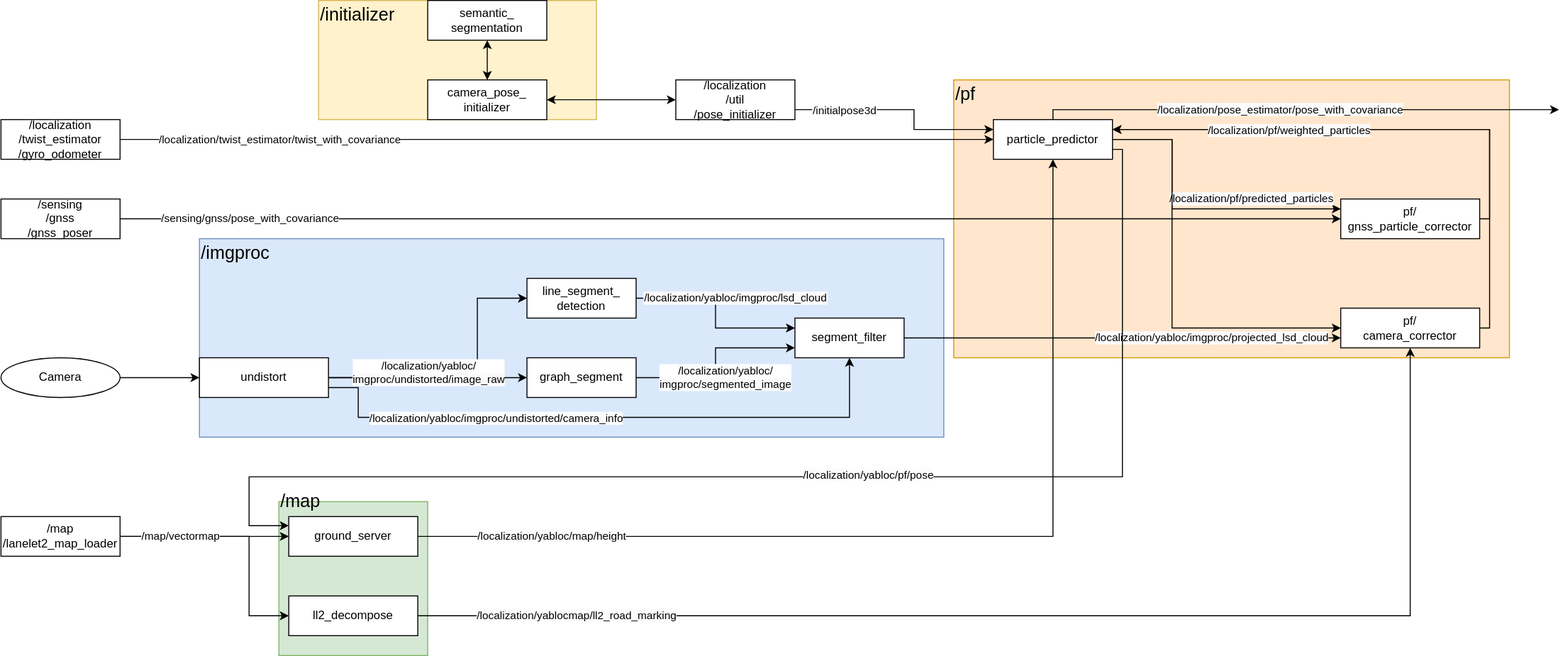
This is docs/how-to-guides/integrating-autoware/launch-autoware/localization-mode/images/yabloc-integration-guide/yabloc_architecture.drawio.svg from autowarefoundation/autoware-documentation, a draw.io export, as it was before one commit. Source tidied: cells renumbered, new cells last; positions are measured from the earlier drawing's top-left corner, leaving out a move shared by most shapes.
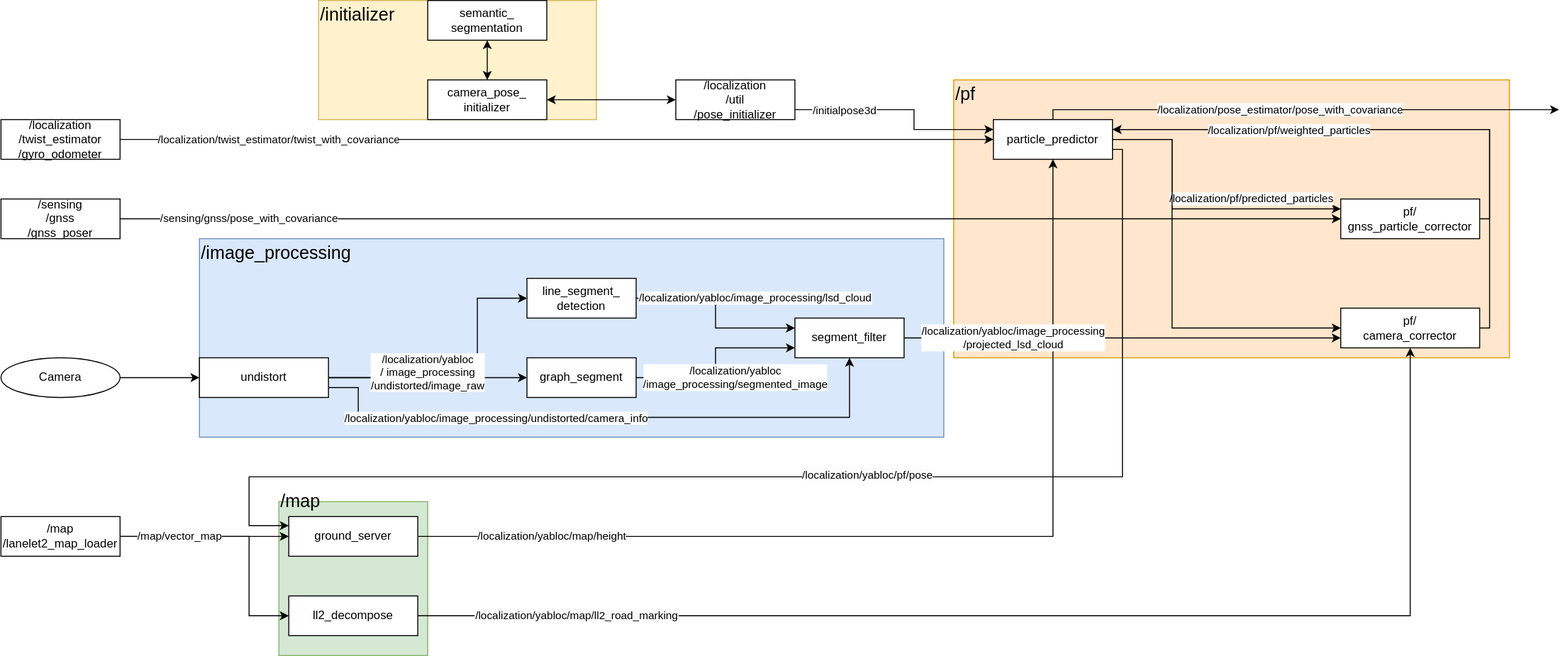
After the change.

Change to the diagram source:
```diff
@@ -31,7 +31,7 @@
         </Array>
       </mxGeometry>
     </mxCell>
-    <mxCell id="10" value="/map/vectormap" style="edgeLabel;html=1;align=center;verticalAlign=middle;" parent="9" vertex="1">
+    <mxCell id="10" value="/map/vector_map" style="edgeLabel;html=1;align=center;verticalAlign=middle;" parent="9" vertex="1">
       <mxGeometry x="-0.85" y="1" relative="1" as="geometry">
         <mxPoint x="41" y="1" as="offset" />
       </mxGeometry>
@@ -51,7 +51,7 @@
     <mxCell id="13" style="edgeStyle=orthogonalEdgeStyle;rounded=0;jettySize=auto;html=1;entryX=0.5;entryY=1;entryDx=0;entryDy=0;exitX=1;exitY=0.5;exitDx=0;exitDy=0;" parent="1" edge="1" source="22" target="33">
       <mxGeometry relative="1" as="geometry" />
     </mxCell>
-    <mxCell id="14" value="&lt;span style=&quot;background-color: rgb(251, 251, 251);&quot;&gt;/localization/yablocmap/ll2_road_marking&lt;/span&gt;" style="edgeLabel;html=1;align=center;verticalAlign=middle;" parent="13" vertex="1">
+    <mxCell id="14" value="&lt;span style=&quot;background-color: rgb(251, 251, 251);&quot;&gt;/localization/yabloc/map/ll2_road_marking&lt;/span&gt;" style="edgeLabel;html=1;align=center;verticalAlign=middle;" parent="13" vertex="1">
       <mxGeometry x="-0.9" y="-1" relative="1" as="geometry">
         <mxPoint x="94" y="-1" as="offset" />
       </mxGeometry>
@@ -65,7 +65,7 @@
         </Array>
       </mxGeometry>
     </mxCell>
-    <mxCell id="16" value="&lt;span style=&quot;background-color: rgb(251, 251, 251);&quot;&gt;/localization/yabloc/imgproc/undistorted/camera_info&lt;/span&gt;" style="edgeLabel;html=1;align=center;verticalAlign=middle;" parent="15" vertex="1">
+    <mxCell id="16" value="&lt;span style=&quot;background-color: rgb(251, 251, 251);&quot;&gt;/localization/yabloc/image_processing/undistorted/camera_info&lt;/span&gt;" style="edgeLabel;html=1;align=center;verticalAlign=middle;" parent="15" vertex="1">
       <mxGeometry x="-0.35" y="-1" relative="1" as="geometry" />
     </mxCell>
     <mxCell id="17" style="edgeStyle=orthogonalEdgeStyle;rounded=0;jettySize=auto;html=1;entryX=0;entryY=0.5;entryDx=0;entryDy=0;" parent="1" edge="1" source="20" target="42">
@@ -83,7 +83,7 @@
         </Array>
       </mxGeometry>
     </mxCell>
-    <mxCell id="19" value="&lt;span style=&quot;background-color: rgb(251, 251, 251);&quot;&gt;/localization/yabloc/&lt;/span&gt;&lt;br style=&quot;border-color: var(--border-color); background-color: rgb(251, 251, 251);&quot;&gt;&lt;span style=&quot;background-color: rgb(251, 251, 251);&quot;&gt;imgproc/undistorted/image_raw&lt;/span&gt;" style="edgeLabel;html=1;align=center;verticalAlign=middle;" parent="18" vertex="1">
+    <mxCell id="19" value="&lt;span style=&quot;background-color: rgb(251, 251, 251);&quot;&gt;/localization/yabloc&lt;br&gt;/&lt;/span&gt;&lt;span style=&quot;background-color: rgb(251, 251, 251);&quot;&gt;image_processing&lt;br&gt;/undistorted/image_raw&lt;/span&gt;" style="edgeLabel;html=1;align=center;verticalAlign=middle;" parent="18" vertex="1">
       <mxGeometry x="-0.37" relative="1" as="geometry">
         <mxPoint x="37" y="-5" as="offset" />
       </mxGeometry>
@@ -161,9 +161,9 @@
     <mxCell id="34" style="edgeStyle=orthogonalEdgeStyle;rounded=0;jettySize=auto;html=1;entryX=0;entryY=0.75;entryDx=0;entryDy=0;exitX=1;exitY=0.5;exitDx=0;exitDy=0;" parent="1" edge="1" source="36" target="33">
       <mxGeometry relative="1" as="geometry" />
     </mxCell>
-    <mxCell id="35" value="&lt;span style=&quot;background-color: rgb(251, 251, 251);&quot;&gt;/localization/yabloc/imgproc/projected_lsd_cloud&lt;/span&gt;" style="edgeLabel;html=1;align=center;verticalAlign=middle;" parent="34" vertex="1">
+    <mxCell id="35" value="&lt;span style=&quot;background-color: rgb(251, 251, 251);&quot;&gt;/localization/yabloc/image_processing&lt;br&gt;/projected_lsd_cloud&lt;/span&gt;" style="edgeLabel;html=1;align=center;verticalAlign=middle;" parent="34" vertex="1">
       <mxGeometry x="-0.63" relative="1" as="geometry">
-        <mxPoint x="229" as="offset" />
+        <mxPoint x="29" as="offset" />
       </mxGeometry>
     </mxCell>
     <mxCell id="36" value="segment_filter" style="rounded=0;whiteSpace=wrap;html=1;" parent="1" vertex="1">
@@ -172,9 +172,9 @@
     <mxCell id="37" style="edgeStyle=orthogonalEdgeStyle;rounded=0;jettySize=auto;html=1;entryX=0;entryY=0.75;entryDx=0;entryDy=0;" parent="1" edge="1" source="39" target="36">
       <mxGeometry relative="1" as="geometry" />
     </mxCell>
-    <mxCell id="38" value="&lt;span style=&quot;background-color: rgb(251, 251, 251);&quot;&gt;/localization/yabloc/&lt;br&gt;imgproc/segmented_image&lt;/span&gt;" style="edgeLabel;html=1;align=center;verticalAlign=middle;" parent="37" vertex="1">
+    <mxCell id="38" value="&lt;span style=&quot;background-color: rgb(251, 251, 251);&quot;&gt;/localization/yabloc&lt;br&gt;/image_processing/segmented_image&lt;/span&gt;" style="edgeLabel;html=1;align=center;verticalAlign=middle;" parent="37" vertex="1">
       <mxGeometry x="-0.45" relative="1" as="geometry">
-        <mxPoint x="37" as="offset" />
+        <mxPoint x="47" as="offset" />
       </mxGeometry>
     </mxCell>
     <mxCell id="39" value="graph_segment" style="rounded=0;whiteSpace=wrap;html=1;" parent="1" vertex="1">
@@ -183,9 +183,9 @@
     <mxCell id="40" style="edgeStyle=orthogonalEdgeStyle;rounded=0;jettySize=auto;html=1;entryX=0;entryY=0.25;entryDx=0;entryDy=0;" parent="1" edge="1" source="42" target="36">
       <mxGeometry relative="1" as="geometry" />
     </mxCell>
-    <mxCell id="41" value="&lt;span style=&quot;background-color: rgb(251, 251, 251);&quot;&gt;/localization/yabloc/imgproc/lsd_cloud&lt;/span&gt;" style="edgeLabel;html=1;align=center;verticalAlign=middle;" parent="40" vertex="1">
+    <mxCell id="41" value="&lt;span style=&quot;background-color: rgb(251, 251, 251);&quot;&gt;/localization/yabloc/image_processing/lsd_cloud&lt;/span&gt;" style="edgeLabel;html=1;align=center;verticalAlign=middle;" parent="40" vertex="1">
       <mxGeometry x="-0.5" y="-1" relative="1" as="geometry">
-        <mxPoint x="52" y="-1" as="offset" />
+        <mxPoint x="72" y="-1" as="offset" />
       </mxGeometry>
     </mxCell>
     <mxCell id="42" value="line_segment_&lt;br&gt;detection" style="rounded=0;whiteSpace=wrap;html=1;" parent="1" vertex="1">
@@ -204,7 +204,7 @@
     <mxCell id="44" value="&lt;span style=&quot;background-color: rgb(251, 251, 251);&quot;&gt;/localization/yabloc/pf/pose&lt;/span&gt;" style="edgeLabel;html=1;align=center;verticalAlign=middle;" parent="43" vertex="1">
       <mxGeometry x="-0.09" y="-2" relative="1" as="geometry" />
     </mxCell>
-    <mxCell id="45" value="&lt;font style=&quot;font-size: 18px;&quot;&gt;/imgproc&lt;/font&gt;" style="text;html=1;strokeColor=none;fillColor=none;align=left;verticalAlign=middle;whiteSpace=wrap;rounded=0;fontSize=11;" parent="1" vertex="1">
+    <mxCell id="45" value="&lt;font style=&quot;font-size: 18px;&quot;&gt;/image_processing&lt;/font&gt;" style="text;html=1;strokeColor=none;fillColor=none;align=left;verticalAlign=middle;whiteSpace=wrap;rounded=0;fontSize=11;" parent="1" vertex="1">
       <mxGeometry x="200" y="240" width="100" height="30" as="geometry" />
     </mxCell>
     <mxCell id="46" value="&lt;font style=&quot;font-size: 18px;&quot;&gt;/map&lt;/font&gt;" style="text;html=1;strokeColor=none;fillColor=none;align=left;verticalAlign=middle;whiteSpace=wrap;rounded=0;fontSize=11;" parent="1" vertex="1">
```
